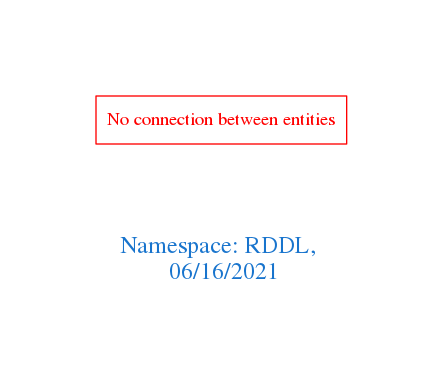
Above: downloads/RDDL.png in arago/OGIT (Graphviz), before the change. Its source is kept beside it as downloads/RDDL.dot.
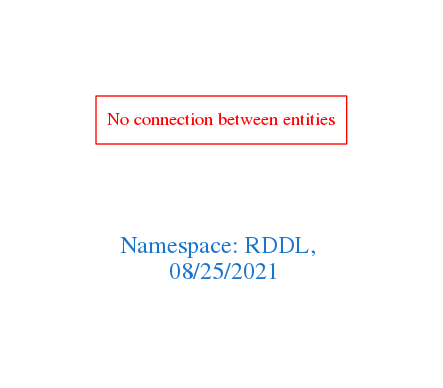
The same diagram one commit later.

Change to the diagram source:
```diff
@@ -1,7 +1,7 @@
 digraph OGIT_ontology {
  graph [ rankdir= LR,pad=1
 fontsize = 18,
-fontcolor= dodgerblue3,label = "\n\n\nNamespace: RDDL, \n 06/16/2021"];
+fontcolor= dodgerblue3,label = "\n\n\nNamespace: RDDL, \n 08/25/2021"];
 node[shape=polygon];
 edge [  color="gray81"];
 
```
